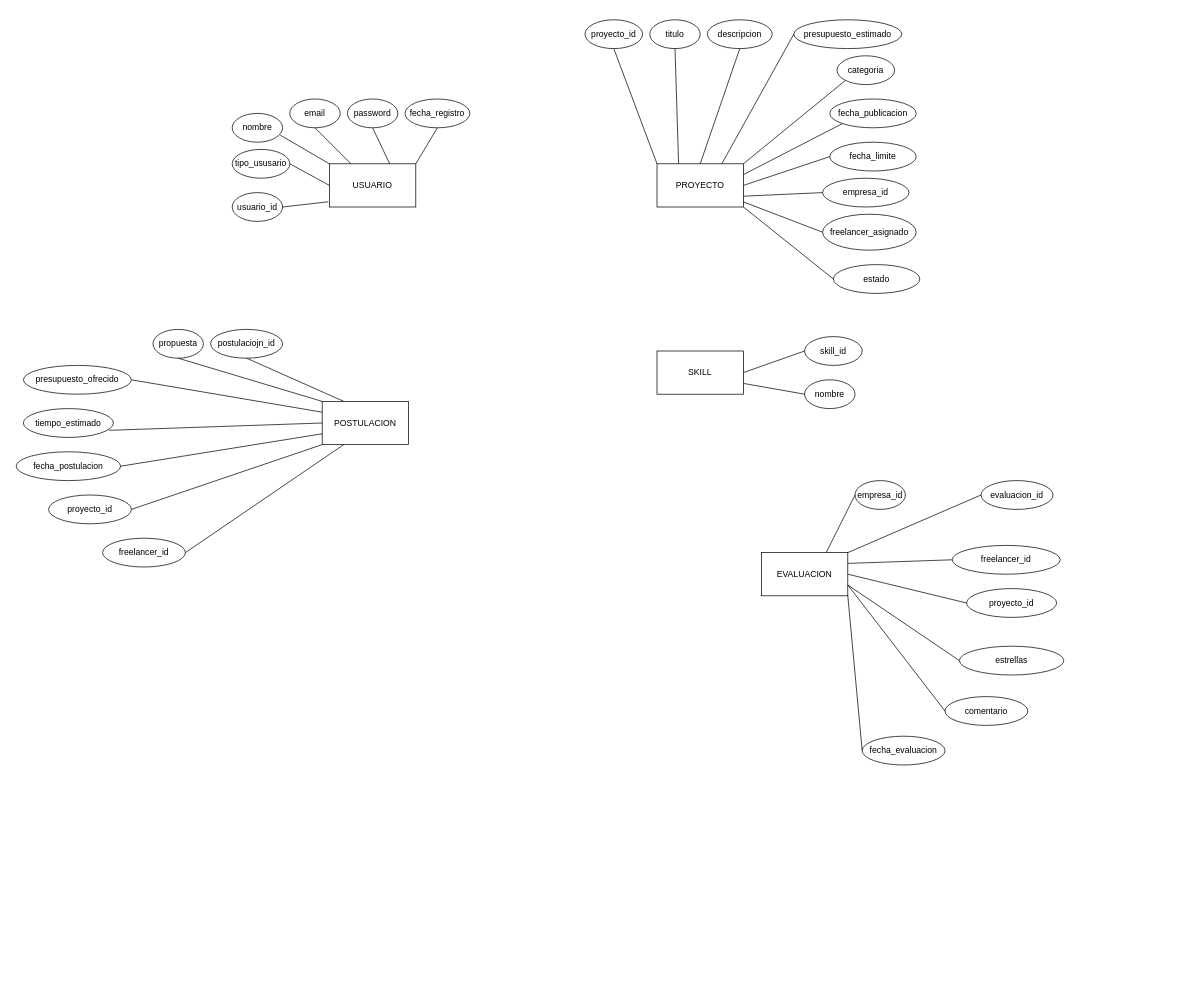
Above: page "Página-3" (3 of 3) of Diagrama sin título.drawio in shaquiboy/1 (draw.io), before the change. Source tidied: cells renumbered, new cells numbered last; positions are measured from the earlier drawing's top-left corner, leaving out a move shared by most shapes. Both pictures are drawn from the tidied source at 72%, with x=0, y=0 at pixel (16, 19).
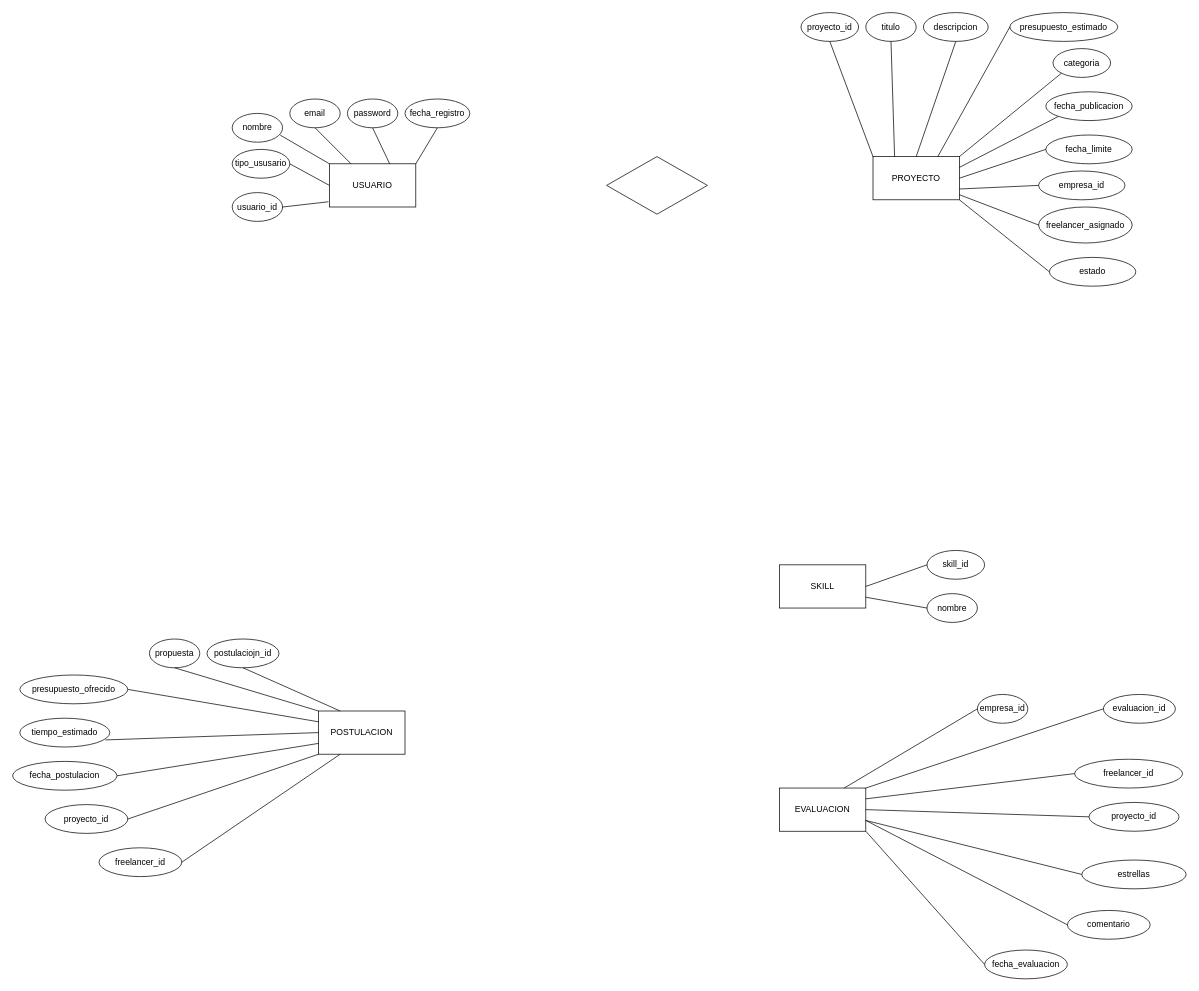
Above is the later version.

Change to the diagram source:
```diff
@@
     <mxCell id="15" value="PROYECTO" style="rounded=0;whiteSpace=wrap;html=1;" parent="1" vertex="1">
-      <mxGeometry x="890" y="200" width="120" height="60" as="geometry" />
+      <mxGeometry x="1190" y="190" width="120" height="60" as="geometry" />
     </mxCell>
     <mxCell id="16" value="fecha_publicacion" style="ellipse;whiteSpace=wrap;html=1;" parent="1" vertex="1">
-      <mxGeometry x="1130" y="110" width="120" height="40" as="geometry" />
+      <mxGeometry x="1430" y="100" width="120" height="40" as="geometry" />
     </mxCell>
     <mxCell id="17" value="descripcion" style="ellipse;whiteSpace=wrap;html=1;" parent="1" vertex="1">
-      <mxGeometry x="960" width="90" height="40" as="geometry" />
+      <mxGeometry x="1260" y="-10" width="90" height="40" as="geometry" />
     </mxCell>
     <mxCell id="18" value="categoria" style="ellipse;whiteSpace=wrap;html=1;" parent="1" vertex="1">
-      <mxGeometry x="1140" y="50" width="80" height="40" as="geometry" />
+      <mxGeometry x="1440" y="40" width="80" height="40" as="geometry" />
     </mxCell>
     <mxCell id="19" value="presupuesto_estimado" style="ellipse;whiteSpace=wrap;html=1;" parent="1" vertex="1">
-      <mxGeometry x="1080" width="150" height="40" as="geometry" />
+      <mxGeometry x="1380" y="-10" width="150" height="40" as="geometry" />
     </mxCell>
     <mxCell id="20" value="proyecto_id" style="ellipse;whiteSpace=wrap;html=1;" parent="1" vertex="1">
-      <mxGeometry x="790" width="80" height="40" as="geometry" />
+      <mxGeometry x="1090" y="-10" width="80" height="40" as="geometry" />
     </mxCell>
     <mxCell id="21" value="titulo" style="ellipse;whiteSpace=wrap;html=1;" parent="1" vertex="1">
-      <mxGeometry x="880" width="70" height="40" as="geometry" />
+      <mxGeometry x="1180" y="-10" width="70" height="40" as="geometry" />
     </mxCell>
@@
     <mxCell id="28" value="fecha_limite" style="ellipse;whiteSpace=wrap;html=1;" parent="1" vertex="1">
-      <mxGeometry x="1130" y="170" width="120" height="40" as="geometry" />
+      <mxGeometry x="1430" y="160" width="120" height="40" as="geometry" />
     </mxCell>
@@
     <mxCell id="30" value="empresa_id" style="ellipse;whiteSpace=wrap;html=1;" parent="1" vertex="1">
-      <mxGeometry x="1120" y="220" width="120" height="40" as="geometry" />
+      <mxGeometry x="1420" y="210" width="120" height="40" as="geometry" />
     </mxCell>
@@
     <mxCell id="32" value="freelancer_asignado" style="ellipse;whiteSpace=wrap;html=1;" parent="1" vertex="1">
-      <mxGeometry x="1120" y="270" width="130" height="50" as="geometry" />
+      <mxGeometry x="1420" y="260" width="130" height="50" as="geometry" />
     </mxCell>
@@
     <mxCell id="34" value="estado" style="ellipse;whiteSpace=wrap;html=1;" parent="1" vertex="1">
-      <mxGeometry x="1135" y="340" width="120" height="40" as="geometry" />
+      <mxGeometry x="1435" y="330" width="120" height="40" as="geometry" />
     </mxCell>
@@
     <mxCell id="36" value="SKILL" style="rounded=0;whiteSpace=wrap;html=1;" parent="1" vertex="1">
-      <mxGeometry x="890" y="460" width="120" height="60" as="geometry" />
+      <mxGeometry x="1060" y="757" width="120" height="60" as="geometry" />
     </mxCell>
     <mxCell id="37" value="nombre" style="ellipse;whiteSpace=wrap;html=1;" parent="1" vertex="1">
-      <mxGeometry x="1095" y="500" width="70" height="40" as="geometry" />
+      <mxGeometry x="1265" y="797" width="70" height="40" as="geometry" />
     </mxCell>
     <mxCell id="38" value="skill_id" style="ellipse;whiteSpace=wrap;html=1;" parent="1" vertex="1">
-      <mxGeometry x="1095" y="440" width="80" height="40" as="geometry" />
+      <mxGeometry x="1265" y="737" width="80" height="40" as="geometry" />
     </mxCell>
@@
     <mxCell id="41" value="POSTULACION" style="rounded=0;whiteSpace=wrap;html=1;" parent="1" vertex="1">
-      <mxGeometry x="425" y="530" width="120" height="60" as="geometry" />
+      <mxGeometry x="420" y="960" width="120" height="60" as="geometry" />
     </mxCell>
     <mxCell id="42" value="proyecto_id" style="ellipse;whiteSpace=wrap;html=1;" parent="1" vertex="1">
-      <mxGeometry x="45" y="660" width="115" height="40" as="geometry" />
+      <mxGeometry x="40" y="1090" width="115" height="40" as="geometry" />
     </mxCell>
     <mxCell id="43" value="postulaciojn_id" style="ellipse;whiteSpace=wrap;html=1;" parent="1" vertex="1">
-      <mxGeometry x="270" y="430" width="100" height="40" as="geometry" />
+      <mxGeometry x="265" y="860" width="100" height="40" as="geometry" />
     </mxCell>
     <mxCell id="44" value="fecha_postulacion" style="ellipse;whiteSpace=wrap;html=1;" parent="1" vertex="1">
-      <mxGeometry y="600" width="145" height="40" as="geometry" />
+      <mxGeometry x="-5" y="1030" width="145" height="40" as="geometry" />
     </mxCell>
     <mxCell id="45" value="tiempo_estimado" style="ellipse;whiteSpace=wrap;html=1;" parent="1" vertex="1">
-      <mxGeometry x="10" y="540" width="125" height="40" as="geometry" />
+      <mxGeometry x="5" y="970" width="125" height="40" as="geometry" />
     </mxCell>
     <mxCell id="46" value="presupuesto_ofrecido" style="ellipse;whiteSpace=wrap;html=1;" parent="1" vertex="1">
-      <mxGeometry x="10" y="480" width="150" height="40" as="geometry" />
+      <mxGeometry x="5" y="910" width="150" height="40" as="geometry" />
     </mxCell>
     <mxCell id="47" value="propuesta" style="ellipse;whiteSpace=wrap;html=1;" parent="1" vertex="1">
-      <mxGeometry x="190" y="430" width="70" height="40" as="geometry" />
+      <mxGeometry x="185" y="860" width="70" height="40" as="geometry" />
     </mxCell>
@@
     <mxCell id="54" value="freelancer_id" style="ellipse;whiteSpace=wrap;html=1;" parent="1" vertex="1">
-      <mxGeometry x="120" y="720" width="115" height="40" as="geometry" />
+      <mxGeometry x="115" y="1150" width="115" height="40" as="geometry" />
     </mxCell>
@@
     <mxCell id="56" value="EVALUACION" style="rounded=0;whiteSpace=wrap;html=1;" parent="1" vertex="1">
-      <mxGeometry x="1035" y="740" width="120" height="60" as="geometry" />
+      <mxGeometry x="1060" y="1067" width="120" height="60" as="geometry" />
     </mxCell>
     <mxCell id="57" value="comentario" style="ellipse;whiteSpace=wrap;html=1;" parent="1" vertex="1">
-      <mxGeometry x="1290" y="940" width="115" height="40" as="geometry" />
+      <mxGeometry x="1460" y="1237" width="115" height="40" as="geometry" />
     </mxCell>
     <mxCell id="58" value="evaluacion_id" style="ellipse;whiteSpace=wrap;html=1;" parent="1" vertex="1">
-      <mxGeometry x="1340" y="640" width="100" height="40" as="geometry" />
+      <mxGeometry x="1510" y="937" width="100" height="40" as="geometry" />
     </mxCell>
     <mxCell id="59" value="estrellas" style="ellipse;whiteSpace=wrap;html=1;" parent="1" vertex="1">
-      <mxGeometry x="1310" y="870" width="145" height="40" as="geometry" />
+      <mxGeometry x="1480" y="1167" width="145" height="40" as="geometry" />
     </mxCell>
     <mxCell id="60" value="proyecto_id" style="ellipse;whiteSpace=wrap;html=1;" parent="1" vertex="1">
-      <mxGeometry x="1320" y="790" width="125" height="40" as="geometry" />
+      <mxGeometry x="1490" y="1087" width="125" height="40" as="geometry" />
     </mxCell>
     <mxCell id="61" value="freelancer_id" style="ellipse;whiteSpace=wrap;html=1;" parent="1" vertex="1">
-      <mxGeometry x="1300" y="730" width="150" height="40" as="geometry" />
+      <mxGeometry x="1470" y="1027" width="150" height="40" as="geometry" />
     </mxCell>
     <mxCell id="62" value="empresa_id" style="ellipse;whiteSpace=wrap;html=1;" parent="1" vertex="1">
-      <mxGeometry x="1165" y="640" width="70" height="40" as="geometry" />
+      <mxGeometry x="1335" y="937" width="70" height="40" as="geometry" />
     </mxCell>
@@
     <mxCell id="69" value="fecha_evaluacion" style="ellipse;whiteSpace=wrap;html=1;" parent="1" vertex="1">
-      <mxGeometry x="1175" y="995" width="115" height="40" as="geometry" />
+      <mxGeometry x="1345" y="1292" width="115" height="40" as="geometry" />
     </mxCell>
@@
+    <mxCell id="71" style="rhombus;whiteSpace=wrap;html=1;" parent="1" vertex="1">
+      <mxGeometry x="820" y="190" width="140" height="80" as="geometry" />
+    </mxCell>
```
